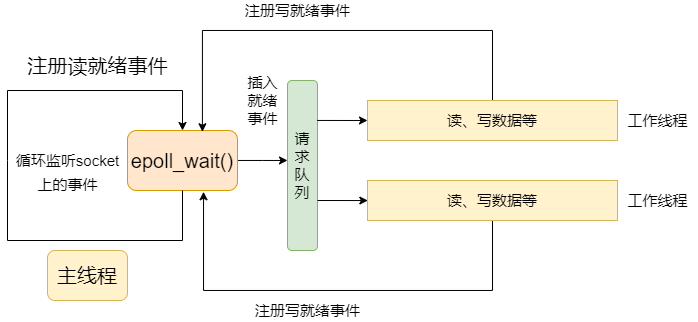
The draw.io diagram data/Reactor.drawio.png in mo-xiaoxiu/imagefrommyblog, before a commit. Source tidied: cells renumbered, new cells last; positions are measured from the earlier drawing's top-left corner, leaving out a move shared by most shapes.
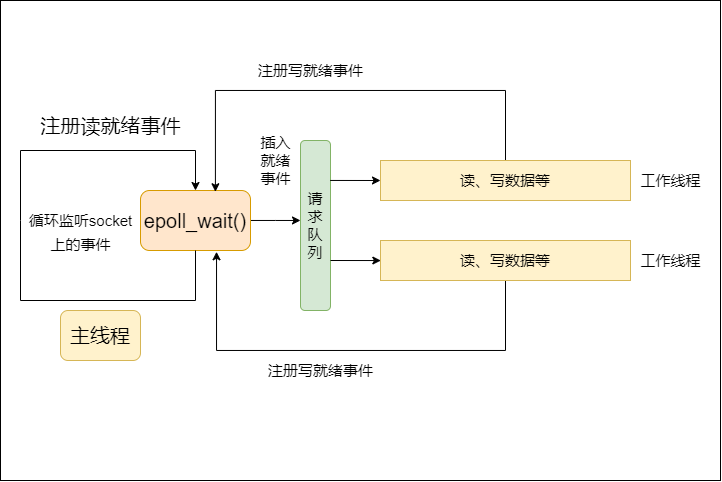
After the change.

Diff of the diagram source:
```diff
@@ -2,6 +2,9 @@
   <root>
     <mxCell id="0" />
     <mxCell id="1" parent="0" />
+    <mxCell id="20" style="rounded=0;whiteSpace=wrap;html=1;fontSize=15;" parent="1" vertex="1">
+      <mxGeometry x="-20" y="-60" width="720" height="480" as="geometry" />
+    </mxCell>
     <mxCell id="2" value="&lt;font style=&quot;font-size: 20px&quot;&gt;主线程&lt;/font&gt;" style="rounded=1;whiteSpace=wrap;html=1;fillColor=#fff2cc;strokeColor=#d6b656;" parent="1" vertex="1">
       <mxGeometry x="40" y="250" width="80" height="50" as="geometry" />
     </mxCell>
```
